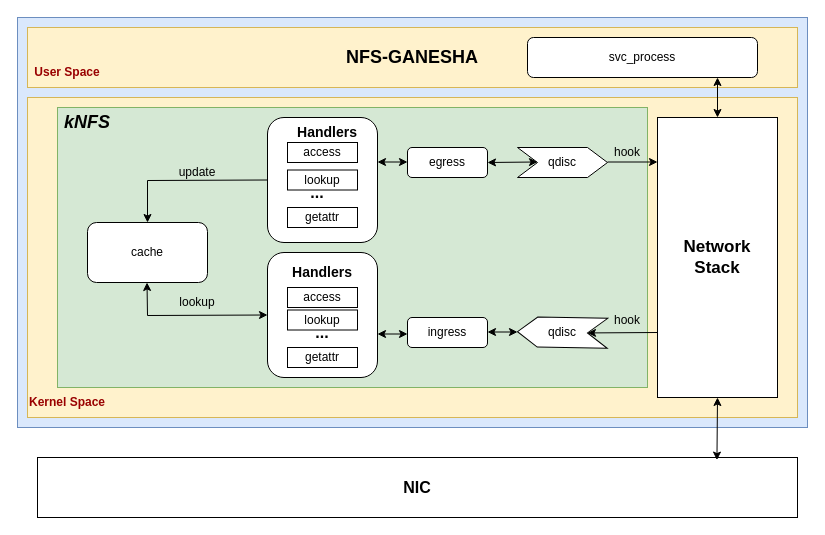
Kakoyi945/cloud keeps this draw.io diagram as os竞赛项目框架图.drawio. Above is the earlier version. Source tidied: cells renumbered, new cells numbered last; positions are measured from the earlier drawing's top-left corner, leaving out a move shared by most shapes. Both pictures are drawn from the tidied source at 100%, with x=0, y=0 at pixel (17, 17).
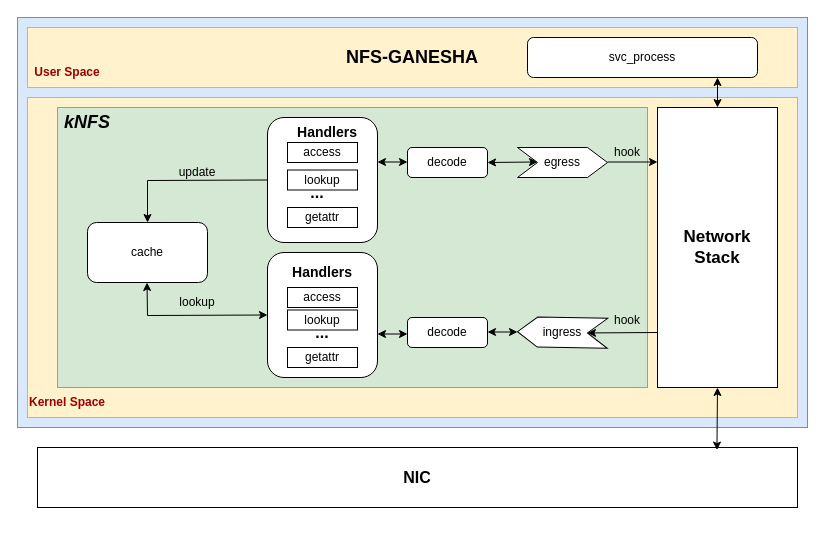
After the change.

Commit message:
更新os竞赛项目框架图.drawio

What changed in the source:
```diff
@@
     <mxCell id="3" value="&lt;b&gt;&lt;font style=&quot;font-size: 16px;&quot;&gt;NIC&lt;/font&gt;&lt;/b&gt;" style="rounded=0;whiteSpace=wrap;html=1;" parent="1" vertex="1">
-      <mxGeometry x="20" y="440" width="760" height="60" as="geometry" />
+      <mxGeometry x="20" y="430" width="760" height="60" as="geometry" />
     </mxCell>
@@
     <mxCell id="10" value="&lt;b style=&quot;font-size: 17px;&quot;&gt;Network&lt;br&gt;Stack&lt;/b&gt;" style="rounded=0;whiteSpace=wrap;html=1;" parent="1" vertex="1">
-      <mxGeometry x="640" y="100" width="120" height="280" as="geometry" />
+      <mxGeometry x="640" y="90" width="120" height="280" as="geometry" />
     </mxCell>
@@
-    <mxCell id="12" value="ingress" style="rounded=1;whiteSpace=wrap;html=1;" parent="1" vertex="1">
+    <mxCell id="12" value="decode" style="rounded=1;whiteSpace=wrap;html=1;" parent="1" vertex="1">
       <mxGeometry x="390" y="300" width="80" height="30" as="geometry" />
     </mxCell>
@@
-    <mxCell id="21" style="endArrow=classic;startArrow=classic;html=1;rounded=0;exitX=0.894;exitY=0.043;exitDx=0;exitDy=0;exitPerimeter=0;" parent="1" edge="1" source="3">
-      <mxGeometry relative="1" as="geometry">
-        <mxPoint x="700" y="380" as="targetPoint" />
-      </mxGeometry>
+    <mxCell id="21" style="endArrow=classic;startArrow=classic;html=1;rounded=0;exitX=0.894;exitY=0.043;exitDx=0;exitDy=0;exitPerimeter=0;entryX=0.5;entryY=1;entryDx=0;entryDy=0;" parent="1" edge="1" source="3" target="10">
+      <mxGeometry relative="1" as="geometry" />
     </mxCell>
@@
-    <mxCell id="23" value="qdisc" style="text;html=1;strokeColor=none;fillColor=none;align=center;verticalAlign=middle;whiteSpace=wrap;rounded=0;" parent="1" vertex="1">
+    <mxCell id="23" value="ingress" style="text;html=1;strokeColor=none;fillColor=none;align=center;verticalAlign=middle;whiteSpace=wrap;rounded=0;" parent="1" vertex="1">
       <mxGeometry x="515" y="300" width="60" height="30" as="geometry" />
     </mxCell>
@@
-    <mxCell id="26" value="egress" style="rounded=1;whiteSpace=wrap;html=1;" parent="1" vertex="1">
+    <mxCell id="26" value="decode" style="rounded=1;whiteSpace=wrap;html=1;" parent="1" vertex="1">
       <mxGeometry x="390" y="130" width="80" height="30" as="geometry" />
     </mxCell>
@@
-    <mxCell id="30" value="qdisc" style="shape=step;perimeter=stepPerimeter;whiteSpace=wrap;html=1;fixedSize=1;rotation=0;" parent="1" vertex="1">
+    <mxCell id="30" value="egress" style="shape=step;perimeter=stepPerimeter;whiteSpace=wrap;html=1;fixedSize=1;rotation=0;" parent="1" vertex="1">
       <mxGeometry x="500" y="130" width="90" height="30" as="geometry" />
     </mxCell>
```
